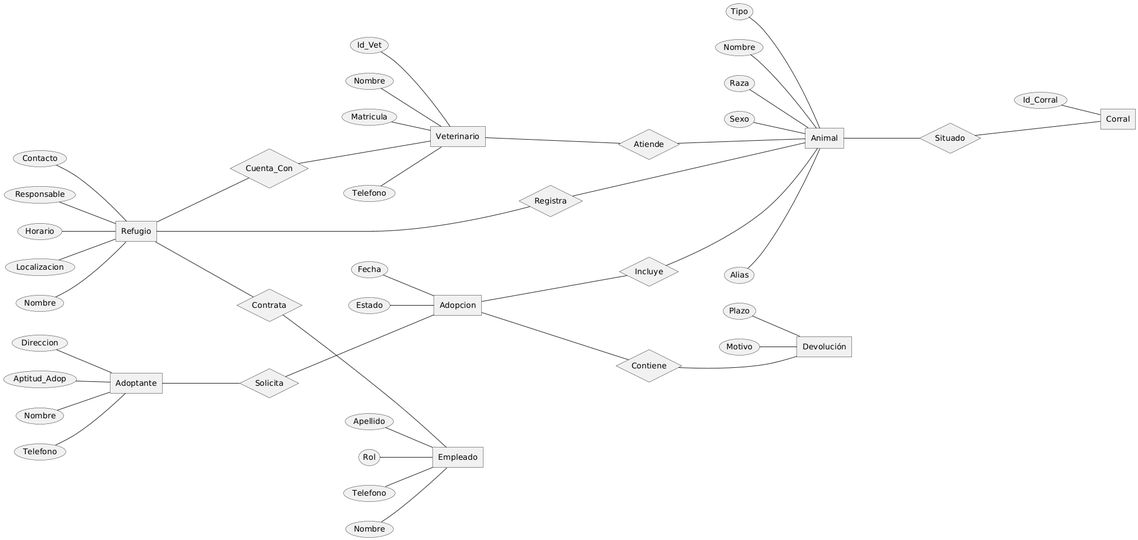
The PlantUML diagram Der/der.png in nniccolas/proyecto-refugio-de-animales, before a commit.
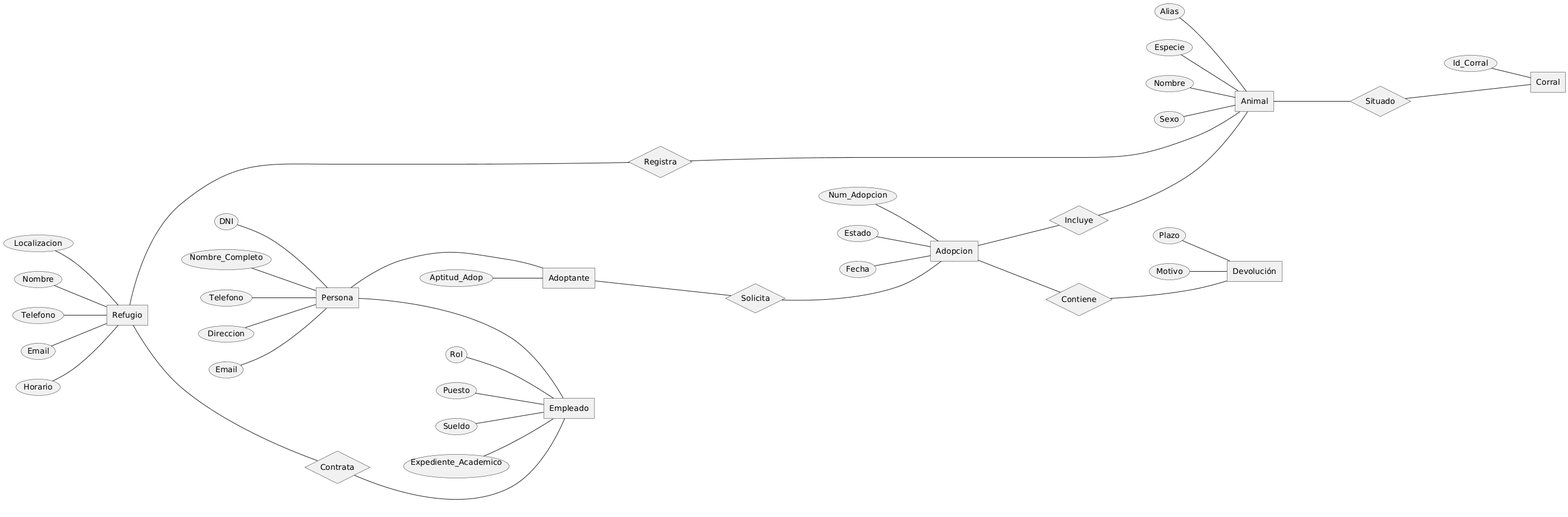
The same diagram one commit later.

Commit message:
Actualice diagrama del martes

Change to the diagram source:
```diff
@@ -2,40 +2,45 @@
 left to right direction
 
 entity Refugio {
-  Localizacion
+  Localizacion <<PK>>
   Nombre
-  Contacto
-  Responsable
+  Telefono
+  Email
   Horario
 }
 
-entity Empleado {
-  Nombre
-  Apellido
-  Rol
+entity Persona {
+  DNI
+  Nombre_Completo
   Telefono
+  Direccion
+  Email
 }
 
-entity Veterinario {
-  Id_Vet
-  Nombre
-  Matricula
-  Telefono
+entity Adoptante {
+  Aptitud_Adop
+}
+
+entity Empleado {
+  Rol
+  Puesto
+  Sueldo
+  Expediente_Academico
 }
 
 entity Animal {
-  Alias
-  Tipo
+  Alias <<PK>>
+  Especie
   Nombre
-  Raza
   Sexo
 }
 
 entity Corral {
-  Id_Corral
+  Id_Corral <<PK>>
 }
 
 entity Adopcion {
+  Num_Adopcion <<PK>>
   Estado
   Fecha
 }
@@ -43,13 +48,6 @@
 entity Devolución {
   Plazo
   Motivo
-}
-
-entity Adoptante {
-  Nombre
-  Telefono
-  Direccion
-  Aptitud_Adop
 }
 
 relationship Registra {
@@ -70,24 +68,14 @@
 relationship Contrata {
 }
 
-relationship Atiende {
-}
-
-relationship Cuenta_Con {
-}
-
+Persona -- Empleado
+Persona -- Adoptante
 
 Refugio -- Registra
 Registra -- Animal
 
 Refugio -- Contrata
 Contrata -- Empleado
-
-Refugio -- Cuenta_Con
-Cuenta_Con -- Veterinario
-
-Veterinario -- Atiende
-Atiende -- Animal
 
 Animal -- Situado
 Situado -- Corral
```
